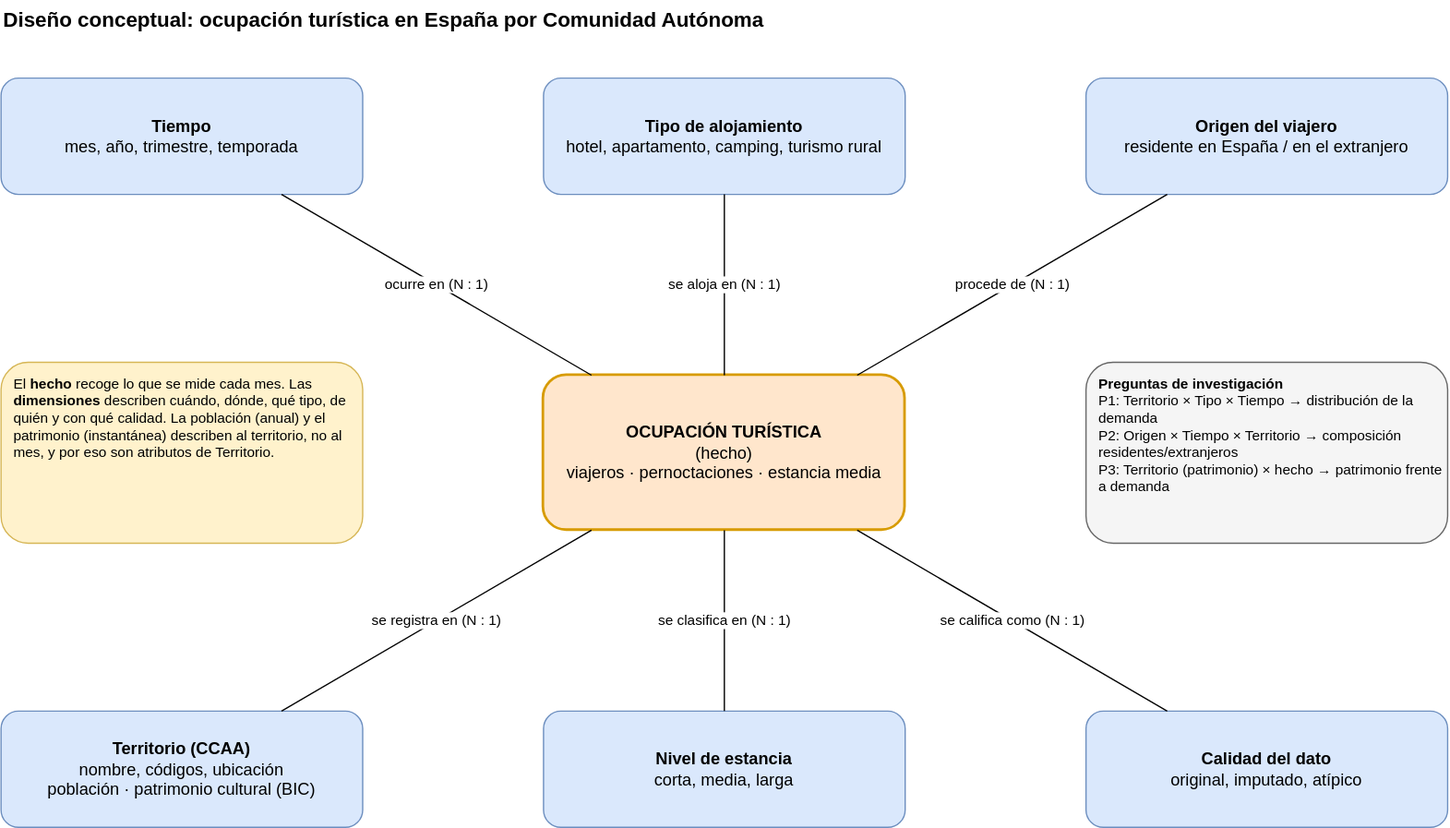
Earlier version of the draw.io export docs/diseno_conceptual.drawio.svg (Ismael-Escribano/apd_practica). Source tidied: cells renumbered, new cells last; positions are measured from the earlier drawing's top-left corner, leaving out a move shared by most shapes. Source of this version:
```xml
<mxGraphModel>
  <root>
    <mxCell id="0" />
    <mxCell id="1" parent="0" />
    <mxCell id="2" value="&lt;b&gt;Diseño conceptual: ocupación turística en España por Comunidad Autónoma&lt;/b&gt;" style="text;html=1;align=left;verticalAlign=middle;fontSize=16;" parent="1" vertex="1">
      <mxGeometry width="900" height="30" as="geometry" />
    </mxCell>
    <mxCell id="3" value="&lt;b&gt;OCUPACIÓN TURÍSTICA&lt;/b&gt;&lt;br&gt;(hecho)&lt;br&gt;viajeros · pernoctaciones · estancia media" style="rounded=1;whiteSpace=wrap;html=1;fillColor=#ffe6cc;strokeColor=#d79b00;align=center;verticalAlign=middle;fontSize=13;strokeWidth=2;" parent="1" vertex="1">
      <mxGeometry x="420" y="290" width="280" height="120" as="geometry" />
    </mxCell>
    <mxCell id="4" value="&lt;b&gt;Tiempo&lt;/b&gt;&lt;br&gt;mes, año, trimestre, temporada" style="rounded=1;whiteSpace=wrap;html=1;fillColor=#dae8fc;strokeColor=#6c8ebf;align=center;verticalAlign=middle;fontSize=13;" parent="1" vertex="1">
      <mxGeometry y="60" width="280" height="90" as="geometry" />
    </mxCell>
    <mxCell id="5" value="ocurre en (N : 1)" style="endArrow=none;html=1;rounded=0;labelBackgroundColor=#ffffff;fontSize=11;" parent="1" edge="1" source="3" target="4">
      <mxGeometry relative="1" as="geometry" />
    </mxCell>
    <mxCell id="6" value="&lt;b&gt;Tipo de alojamiento&lt;/b&gt;&lt;br&gt;hotel, apartamento, camping, turismo rural" style="rounded=1;whiteSpace=wrap;html=1;fillColor=#dae8fc;strokeColor=#6c8ebf;align=center;verticalAlign=middle;fontSize=13;" parent="1" vertex="1">
      <mxGeometry x="420" y="60" width="280" height="90" as="geometry" />
    </mxCell>
    <mxCell id="7" value="se aloja en (N : 1)" style="endArrow=none;html=1;rounded=0;labelBackgroundColor=#ffffff;fontSize=11;" parent="1" edge="1" source="3" target="6">
      <mxGeometry relative="1" as="geometry" />
    </mxCell>
    <mxCell id="8" value="&lt;b&gt;Origen del viajero&lt;/b&gt;&lt;br&gt;residente en España / en el extranjero" style="rounded=1;whiteSpace=wrap;html=1;fillColor=#dae8fc;strokeColor=#6c8ebf;align=center;verticalAlign=middle;fontSize=13;" parent="1" vertex="1">
      <mxGeometry x="840" y="60" width="280" height="90" as="geometry" />
    </mxCell>
    <mxCell id="9" value="procede de (N : 1)" style="endArrow=none;html=1;rounded=0;labelBackgroundColor=#ffffff;fontSize=11;" parent="1" edge="1" source="3" target="8">
      <mxGeometry relative="1" as="geometry" />
    </mxCell>
    <mxCell id="10" value="&lt;b&gt;Territorio (CCAA)&lt;/b&gt;&lt;br&gt;nombre, códigos, ubicación&lt;br&gt;población · patrimonio cultural (BIC)" style="rounded=1;whiteSpace=wrap;html=1;fillColor=#dae8fc;strokeColor=#6c8ebf;align=center;verticalAlign=middle;fontSize=13;" parent="1" vertex="1">
      <mxGeometry y="550" width="280" height="90" as="geometry" />
    </mxCell>
    <mxCell id="11" value="se registra en (N : 1)" style="endArrow=none;html=1;rounded=0;labelBackgroundColor=#ffffff;fontSize=11;" parent="1" edge="1" source="3" target="10">
      <mxGeometry relative="1" as="geometry" />
    </mxCell>
    <mxCell id="12" value="&lt;b&gt;Nivel de estancia&lt;/b&gt;&lt;br&gt;corta, media, larga" style="rounded=1;whiteSpace=wrap;html=1;fillColor=#dae8fc;strokeColor=#6c8ebf;align=center;verticalAlign=middle;fontSize=13;" parent="1" vertex="1">
      <mxGeometry x="420" y="550" width="280" height="90" as="geometry" />
    </mxCell>
    <mxCell id="13" value="se clasifica en (N : 1)" style="endArrow=none;html=1;rounded=0;labelBackgroundColor=#ffffff;fontSize=11;" parent="1" edge="1" source="3" target="12">
      <mxGeometry relative="1" as="geometry" />
    </mxCell>
    <mxCell id="14" value="&lt;b&gt;Calidad del dato&lt;/b&gt;&lt;br&gt;original, imputado, atípico" style="rounded=1;whiteSpace=wrap;html=1;fillColor=#dae8fc;strokeColor=#6c8ebf;align=center;verticalAlign=middle;fontSize=13;" parent="1" vertex="1">
      <mxGeometry x="840" y="550" width="280" height="90" as="geometry" />
    </mxCell>
    <mxCell id="15" value="se califica como (N : 1)" style="endArrow=none;html=1;rounded=0;labelBackgroundColor=#ffffff;fontSize=11;" parent="1" edge="1" source="3" target="14">
      <mxGeometry relative="1" as="geometry" />
    </mxCell>
    <mxCell id="16" value="&lt;b&gt;Preguntas de investigación&lt;/b&gt;&lt;br&gt;P1: Territorio × Tipo × Tiempo → distribución de la demanda&lt;br&gt;P2: Origen × Tiempo × Territorio → composición residentes/extranjeros&lt;br&gt;P3: Territorio (patrimonio) × hecho → patrimonio frente a demanda" style="rounded=1;whiteSpace=wrap;html=1;align=left;verticalAlign=top;spacingLeft=8;spacingTop=4;fillColor=#f5f5f5;strokeColor=#666666;fontSize=11;" parent="1" vertex="1">
      <mxGeometry x="840" y="280" width="280" height="140" as="geometry" />
    </mxCell>
    <mxCell id="17" value="El &lt;b&gt;hecho&lt;/b&gt; recoge lo que se mide cada mes. Las &lt;b&gt;dimensiones&lt;/b&gt; describen cuándo, dónde, qué tipo, de quién y con qué calidad. La población (anual) y el patrimonio (instantánea) describen al territorio, no al mes, y por eso son atributos de Territorio." style="rounded=1;whiteSpace=wrap;html=1;align=left;verticalAlign=top;spacingLeft=8;spacingTop=4;fillColor=#fff2cc;strokeColor=#d6b656;fontSize=11;" parent="1" vertex="1">
      <mxGeometry y="280" width="280" height="140" as="geometry" />
    </mxCell>
  </root>
</mxGraphModel>
```
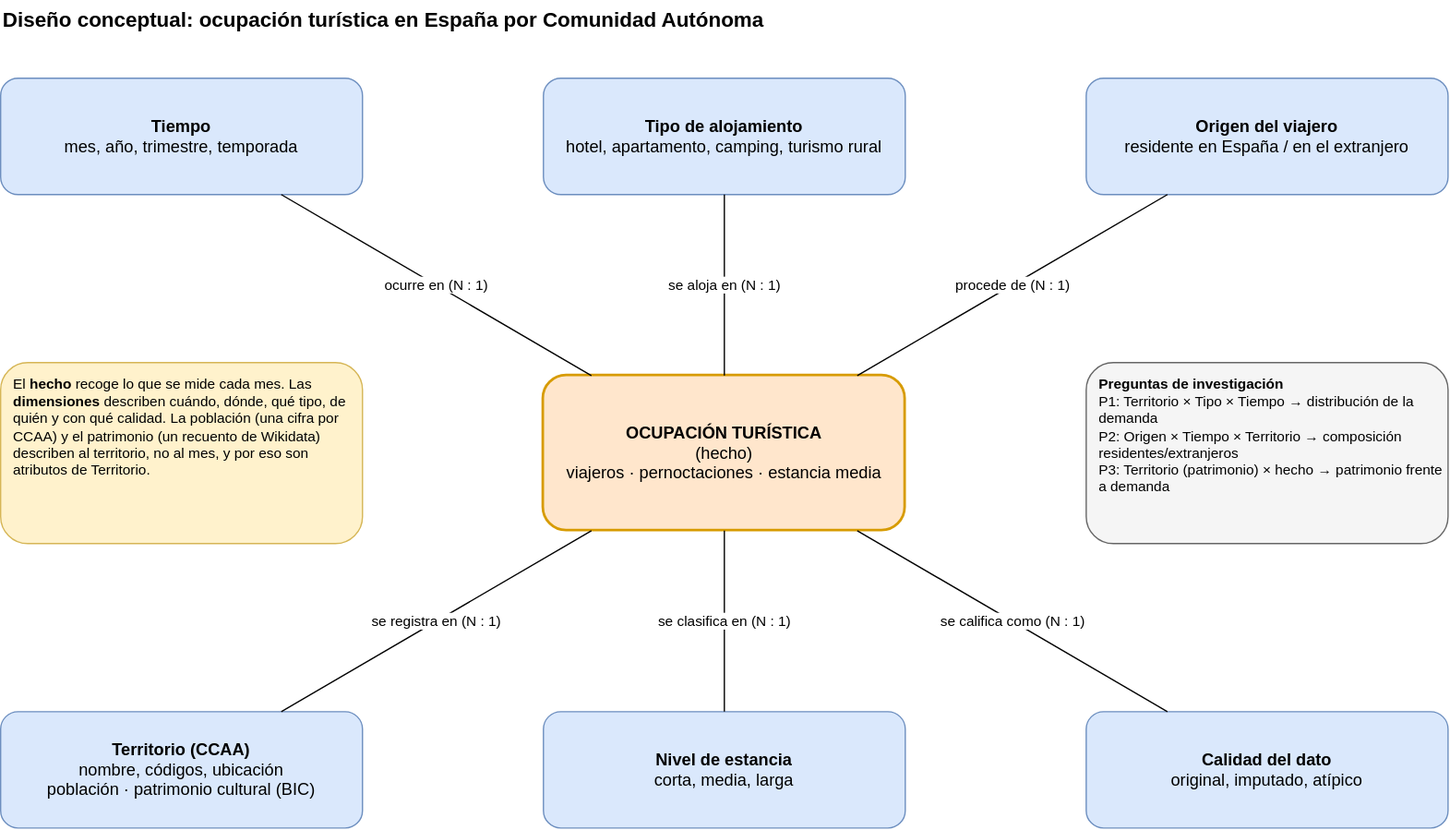
After the change.

Change to the diagram source:
```diff
@@ -47,8 +47,8 @@
     <mxCell id="16" value="&lt;b&gt;Preguntas de investigación&lt;/b&gt;&lt;br&gt;P1: Territorio × Tipo × Tiempo → distribución de la demanda&lt;br&gt;P2: Origen × Tiempo × Territorio → composición residentes/extranjeros&lt;br&gt;P3: Territorio (patrimonio) × hecho → patrimonio frente a demanda" style="rounded=1;whiteSpace=wrap;html=1;align=left;verticalAlign=top;spacingLeft=8;spacingTop=4;fillColor=#f5f5f5;strokeColor=#666666;fontSize=11;" parent="1" vertex="1">
       <mxGeometry x="840" y="280" width="280" height="140" as="geometry" />
     </mxCell>
-    <mxCell id="17" value="El &lt;b&gt;hecho&lt;/b&gt; recoge lo que se mide cada mes. Las &lt;b&gt;dimensiones&lt;/b&gt; describen cuándo, dónde, qué tipo, de quién y con qué calidad. La población (anual) y el patrimonio (instantánea) describen al territorio, no al mes, y por eso son atributos de Territorio." style="rounded=1;whiteSpace=wrap;html=1;align=left;verticalAlign=top;spacingLeft=8;spacingTop=4;fillColor=#fff2cc;strokeColor=#d6b656;fontSize=11;" parent="1" vertex="1">
-      <mxGeometry y="280" width="280" height="140" as="geometry" />
-    </mxCell>
+    <mxCell id="18" value="El &lt;b&gt;hecho&lt;/b&gt; recoge lo que se mide cada mes. Las &lt;b&gt;dimensiones&lt;/b&gt; describen cuándo, dónde, qué tipo, de quién y con qué calidad. La población (una cifra por CCAA) y el patrimonio (un recuento de Wikidata) describen al territorio, no al mes, y por eso son atributos de Territorio." style="rounded=1;whiteSpace=wrap;html=1;align=left;verticalAlign=top;spacingLeft=8;spacingTop=4;fillColor=#fff2cc;strokeColor=#d6b656;fontSize=11;" parent="1" vertex="1">
+      <mxGeometry y="280" width="280" height="140" as="geometry" />
+    </mxCell>
   </root>
 </mxGraphModel>
```
